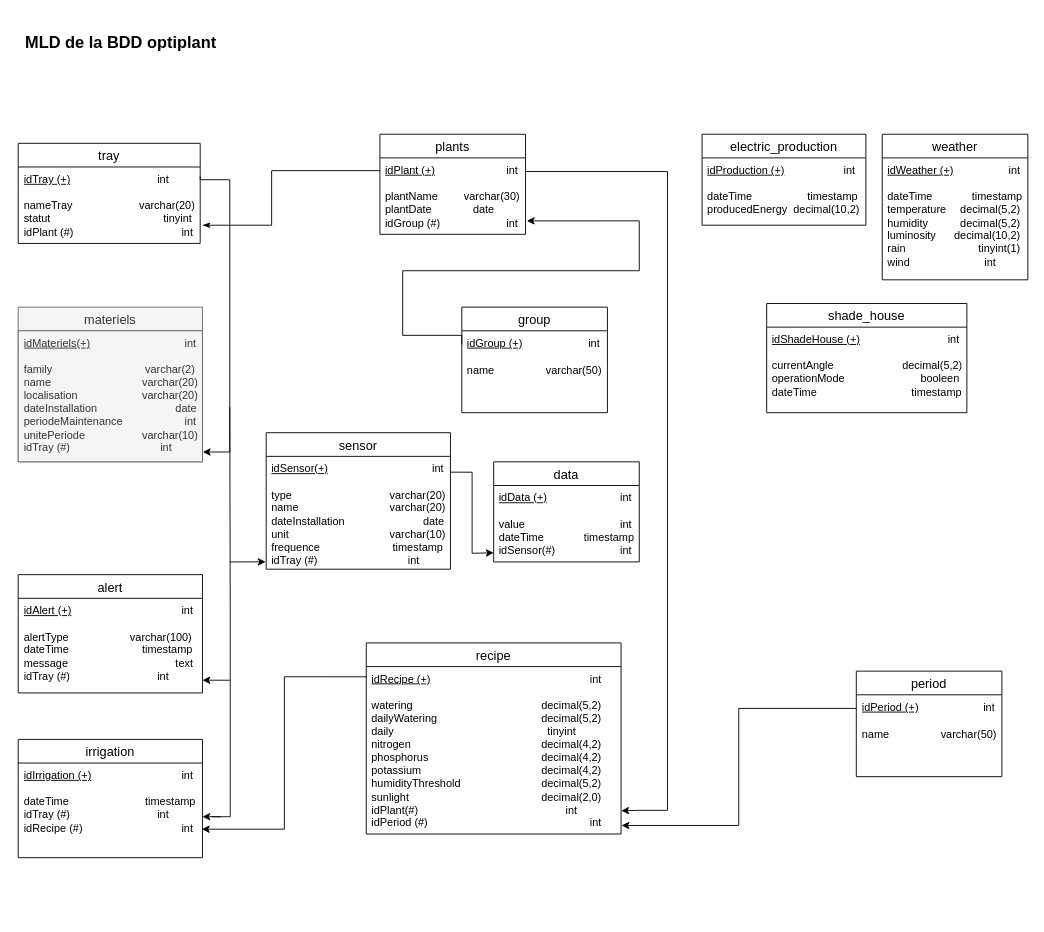
SAE601/BDD keeps this draw.io diagram as MLD.drawio. Above is the earlier version. Source tidied: cells renumbered, new cells numbered last; positions are measured from the earlier drawing's top-left corner, leaving out a move shared by most shapes. Both pictures are drawn from the tidied source at 91%, with x=0, y=0 at pixel (15, 15).
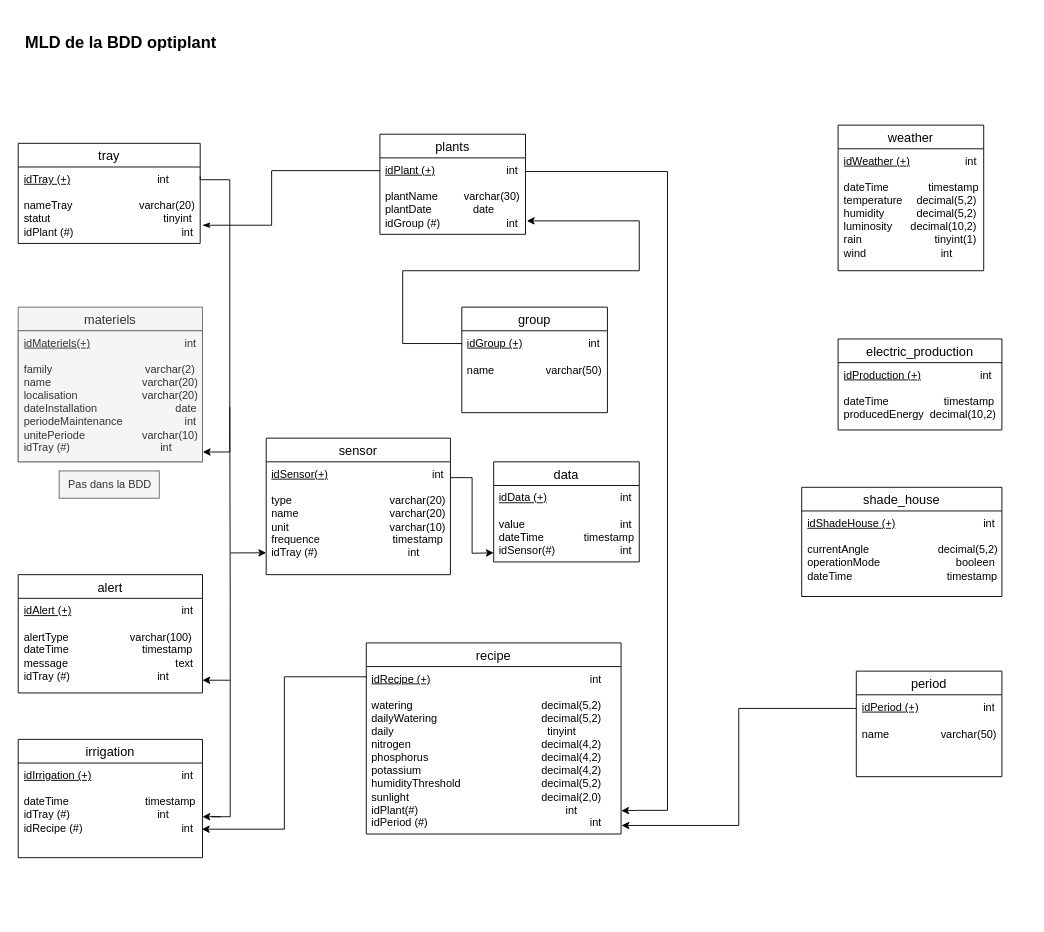
The same diagram, later.

The change refers to these unchanged cells:
```xml
<mxCell id="5" value="&lt;div&gt;&lt;u&gt;idPlant (+)&lt;/u&gt;&lt;span style=&quot;white-space: pre;&quot;&gt;&#9;&lt;/span&gt;&lt;span style=&quot;white-space: pre;&quot;&gt;&#9;&lt;/span&gt;&lt;span style=&quot;white-space: pre;&quot;&gt;&#9;&lt;/span&gt;int&lt;u&gt;&lt;br&gt;&lt;/u&gt;&lt;/div&gt;&lt;div&gt;&lt;br&gt;&lt;/div&gt;&lt;div&gt;plantName&lt;span style=&quot;white-space: pre;&quot;&gt;&#9;&lt;/span&gt;&amp;nbsp; &lt;span style=&quot;white-space: pre;&quot;&gt;varchar(30)&lt;/span&gt;&lt;/div&gt;&lt;div&gt;plantDate&lt;span style=&quot;white-space: pre;&quot;&gt;&#9;&lt;/span&gt;&lt;span style=&quot;white-space: pre;&quot;&gt;&#9;&lt;/span&gt;&amp;nbsp;&amp;nbsp;&amp;nbsp;&amp;nbsp; date&lt;/div&gt;&lt;div&gt;idGroup (#)&lt;span style=&quot;white-space: pre;&quot;&gt;&#9;&lt;/span&gt;&amp;nbsp;&amp;nbsp;&amp;nbsp;&amp;nbsp;&amp;nbsp;&amp;nbsp; &lt;span style=&quot;white-space: pre;&quot;&gt;&#9;&lt;/span&gt;&amp;nbsp;&amp;nbsp;&amp;nbsp;&amp;nbsp;&amp;nbsp;&amp;nbsp;&amp;nbsp; int&lt;/div&gt;" style="text;strokeColor=none;fillColor=none;spacingLeft=4;spacingRight=4;overflow=hidden;points=[[0,0.5],[1,0.5]];portConstraint=eastwest;fontSize=12;whiteSpace=wrap;html=1;" parent="4" vertex="1">
  <mxGeometry y="26" width="160" height="84" as="geometry" />
</mxCell>
<mxCell id="10" value="&lt;u&gt;idGroup (+)&lt;/u&gt;&lt;span style=&quot;white-space: pre;&quot;&gt;&#9;&lt;/span&gt;&lt;span style=&quot;white-space: pre;&quot;&gt;&#9;&lt;/span&gt;&lt;span style=&quot;white-space: pre;&quot;&gt;&#9;&lt;/span&gt;int&lt;u&gt;&lt;br&gt;&lt;/u&gt;" style="text;strokeColor=none;fillColor=none;spacingLeft=4;spacingRight=4;overflow=hidden;points=[[0,0.5],[1,0.5]];portConstraint=eastwest;fontSize=12;whiteSpace=wrap;html=1;" parent="9" vertex="1">
  <mxGeometry y="26" width="160" height="30" as="geometry" />
</mxCell>
```

What changed in the source:
```diff
@@
     <mxCell id="22" value="weather" style="swimlane;fontStyle=0;horizontal=1;startSize=26;align=center;fontSize=14;" parent="1" vertex="1">
-      <mxGeometry x="952" y="130" width="160" height="160" as="geometry" />
+      <mxGeometry x="903.5" y="120" width="160" height="160" as="geometry" />
     </mxCell>
@@
     <mxCell id="24" value="electric_production" style="swimlane;fontStyle=0;horizontal=1;startSize=26;align=center;fontSize=14;" parent="1" vertex="1">
-      <mxGeometry x="754" y="130" width="180" height="100" as="geometry" />
+      <mxGeometry x="903.5" y="355" width="180" height="100" as="geometry" />
     </mxCell>
@@
     <mxCell id="29" style="edgeStyle=orthogonalEdgeStyle;rounded=0;jettySize=auto;html=1;exitX=0;exitY=0.5;exitDx=0;exitDy=0;entryX=1.009;entryY=0.824;entryDx=0;entryDy=0;entryPerimeter=0;" parent="1" edge="1" source="10" target="5">
       <mxGeometry relative="1" as="geometry">
         <Array as="points">
-          <mxPoint x="425" y="351" />
+          <mxPoint x="425" y="360" />
           <mxPoint x="425" y="280" />
           <mxPoint x="685" y="280" />
           <mxPoint x="685" y="225" />
         </Array>
       </mxGeometry>
     </mxCell>
@@
     <mxCell id="34" value="shade_house" style="swimlane;fontStyle=0;horizontal=1;startSize=26;align=center;fontSize=14;" parent="1" vertex="1">
-      <mxGeometry x="825" y="316" width="220" height="120" as="geometry" />
+      <mxGeometry x="863.5" y="518" width="220" height="120" as="geometry" />
     </mxCell>
@@
     <mxCell id="40" value="sensor" style="swimlane;fontStyle=0;horizontal=1;startSize=26;align=center;fontSize=14;" parent="1" vertex="1">
-      <mxGeometry x="275" y="458" width="202.5" height="150" as="geometry" />
+      <mxGeometry x="275" y="464" width="202.5" height="150" as="geometry" />
     </mxCell>
-    <mxCell id="41" value="&lt;div&gt;&lt;u&gt;idSensor(+)&lt;/u&gt;&lt;span style=&quot;white-space: pre;&quot;&gt;&#9;&lt;/span&gt;&lt;span style=&quot;white-space: pre;&quot;&gt;&#9;&lt;/span&gt;&lt;span style=&quot;white-space: pre;&quot;&gt;&#9;&lt;/span&gt;&lt;span style=&quot;white-space: pre;&quot;&gt;&#9;&lt;/span&gt;&amp;nbsp;&amp;nbsp;&amp;nbsp;&amp;nbsp; int&lt;/div&gt;&lt;div&gt;&lt;br&gt;&lt;/div&gt;&lt;div&gt;type&lt;span style=&quot;white-space: pre;&quot;&gt;&#9;&lt;/span&gt;&lt;span style=&quot;white-space: pre;&quot;&gt;&#9;&lt;/span&gt;&lt;span style=&quot;white-space: pre;&quot;&gt;&#9;&lt;/span&gt;&lt;span style=&quot;white-space: pre;&quot;&gt;&#9;&lt;/span&gt;&amp;nbsp;&amp;nbsp;&amp;nbsp;&amp;nbsp;&amp;nbsp;&amp;nbsp; varchar(20)&lt;/div&gt;&lt;div&gt;name&lt;span style=&quot;white-space: pre;&quot;&gt;&#9;&lt;/span&gt;&lt;span style=&quot;white-space: pre;&quot;&gt;&#9;&lt;/span&gt;&lt;span style=&quot;white-space: pre;&quot;&gt;&#9;&lt;/span&gt;&amp;nbsp;&amp;nbsp;&amp;nbsp;&amp;nbsp;&amp;nbsp;&amp;nbsp; varchar(20)&lt;br&gt;&lt;/div&gt;&lt;div&gt;dateInstallation&lt;span style=&quot;white-space: pre;&quot;&gt;&#9;&lt;/span&gt;&lt;span style=&quot;white-space: pre;&quot;&gt;&#9;&lt;/span&gt;&lt;span style=&quot;white-space: pre;&quot;&gt;&#9;  &lt;/span&gt;date&lt;/div&gt;&lt;div&gt;unit&lt;span style=&quot;white-space: pre;&quot;&gt;&#9;&lt;/span&gt;&lt;span style=&quot;white-space: pre;&quot;&gt;&#9;&lt;/span&gt;&lt;span style=&quot;white-space: pre;&quot;&gt;&#9;&lt;/span&gt;&lt;span style=&quot;white-space: pre;&quot;&gt;&#9;&lt;/span&gt;&amp;nbsp;&amp;nbsp;&amp;nbsp;&amp;nbsp;&amp;nbsp;&amp;nbsp; varchar(10)&lt;/div&gt;&lt;div&gt;frequence&lt;span style=&quot;white-space: pre;&quot;&gt;&#9;&lt;/span&gt;&lt;span style=&quot;white-space: pre;&quot;&gt;&#9;&lt;/span&gt;&lt;span style=&quot;white-space: pre;&quot;&gt;&#9;&lt;/span&gt;timestamp &lt;br&gt;&lt;/div&gt;&lt;div&gt;idTray (#)&lt;span style=&quot;white-space: pre;&quot;&gt;&#9;&lt;/span&gt;&lt;span style=&quot;white-space: pre;&quot;&gt;&#9;&lt;/span&gt;&lt;span style=&quot;white-space: pre;&quot;&gt;&#9;&lt;/span&gt;&lt;span style=&quot;white-space: pre;&quot;&gt;&#9;&lt;/span&gt;&amp;nbsp;&amp;nbsp;&amp;nbsp;&amp;nbsp; int&lt;br&gt;&lt;/div&gt;" style="text;strokeColor=none;fillColor=none;spacingLeft=4;spacingRight=4;overflow=hidden;points=[[0,0.5],[1,0.5]];portConstraint=eastwest;fontSize=12;whiteSpace=wrap;html=1;" parent="40" vertex="1">
+    <mxCell id="41" value="&lt;div&gt;&lt;u&gt;idSensor(+)&lt;/u&gt;&lt;span style=&quot;white-space: pre;&quot;&gt;&#9;&lt;/span&gt;&lt;span style=&quot;white-space: pre;&quot;&gt;&#9;&lt;/span&gt;&lt;span style=&quot;white-space: pre;&quot;&gt;&#9;&lt;/span&gt;&lt;span style=&quot;white-space: pre;&quot;&gt;&#9;&lt;/span&gt;&amp;nbsp;&amp;nbsp;&amp;nbsp;&amp;nbsp; int&lt;/div&gt;&lt;div&gt;&lt;br&gt;&lt;/div&gt;&lt;div&gt;type&lt;span style=&quot;white-space: pre;&quot;&gt;&#9;&lt;/span&gt;&lt;span style=&quot;white-space: pre;&quot;&gt;&#9;&lt;/span&gt;&lt;span style=&quot;white-space: pre;&quot;&gt;&#9;&lt;/span&gt;&lt;span style=&quot;white-space: pre;&quot;&gt;&#9;&lt;/span&gt;&amp;nbsp;&amp;nbsp;&amp;nbsp;&amp;nbsp;&amp;nbsp;&amp;nbsp; varchar(20)&lt;/div&gt;&lt;div&gt;name&lt;span style=&quot;white-space: pre;&quot;&gt;&#9;&lt;/span&gt;&lt;span style=&quot;white-space: pre;&quot;&gt;&#9;&lt;/span&gt;&lt;span style=&quot;white-space: pre;&quot;&gt;&#9;&lt;/span&gt;&amp;nbsp;&amp;nbsp;&amp;nbsp;&amp;nbsp;&amp;nbsp;&amp;nbsp; varchar(20)&lt;br&gt;&lt;/div&gt;&lt;div&gt;unit&lt;span style=&quot;white-space: pre;&quot;&gt;&#9;&lt;/span&gt;&lt;span style=&quot;white-space: pre;&quot;&gt;&#9;&lt;/span&gt;&lt;span style=&quot;white-space: pre;&quot;&gt;&#9;&lt;/span&gt;&lt;span style=&quot;white-space: pre;&quot;&gt;&#9;&lt;/span&gt;&amp;nbsp;&amp;nbsp;&amp;nbsp;&amp;nbsp;&amp;nbsp;&amp;nbsp; varchar(10)&lt;/div&gt;&lt;div&gt;frequence&lt;span style=&quot;white-space: pre;&quot;&gt;&#9;&lt;/span&gt;&lt;span style=&quot;white-space: pre;&quot;&gt;&#9;&lt;/span&gt;&lt;span style=&quot;white-space: pre;&quot;&gt;&#9;&lt;/span&gt;timestamp &lt;br&gt;&lt;/div&gt;&lt;div&gt;idTray (#)&lt;span style=&quot;white-space: pre;&quot;&gt;&#9;&lt;/span&gt;&lt;span style=&quot;white-space: pre;&quot;&gt;&#9;&lt;/span&gt;&lt;span style=&quot;white-space: pre;&quot;&gt;&#9;&lt;/span&gt;&lt;span style=&quot;white-space: pre;&quot;&gt;&#9;&lt;/span&gt;&amp;nbsp;&amp;nbsp;&amp;nbsp;&amp;nbsp; int&lt;br&gt;&lt;/div&gt;" style="text;strokeColor=none;fillColor=none;spacingLeft=4;spacingRight=4;overflow=hidden;points=[[0,0.5],[1,0.5]];portConstraint=eastwest;fontSize=12;whiteSpace=wrap;html=1;" parent="40" vertex="1">
       <mxGeometry y="26" width="202.5" height="124" as="geometry" />
     </mxCell>
-    <mxCell id="42" style="endArrow=classic;html=1;rounded=0;entryX=-0.003;entryY=0.935;entryDx=0;entryDy=0;entryPerimeter=0;" parent="40" edge="1" target="41">
-      <mxGeometry relative="1" as="geometry">
-        <mxPoint x="-40" y="142" as="sourcePoint" />
-      </mxGeometry>
-    </mxCell>
@@
+    <mxCell id="42" style="endArrow=classic;html=1;rounded=0;entryX=-0.003;entryY=0.935;entryDx=0;entryDy=0;entryPerimeter=0;" parent="1" edge="1">
+      <mxGeometry relative="1" as="geometry">
+        <mxPoint x="235.6" y="590.1" as="sourcePoint" />
+        <mxPoint x="275" y="590" as="targetPoint" />
+      </mxGeometry>
+    </mxCell>
+    <mxCell id="46" value="Pas dans la BDD " style="text;html=1;align=center;verticalAlign=middle;strokeColor=#666666;fillColor=#f5f5f5;fontColor=#333333;" parent="1" vertex="1">
+      <mxGeometry x="47.5" y="500" width="110" height="30" as="geometry" />
+    </mxCell>
```
